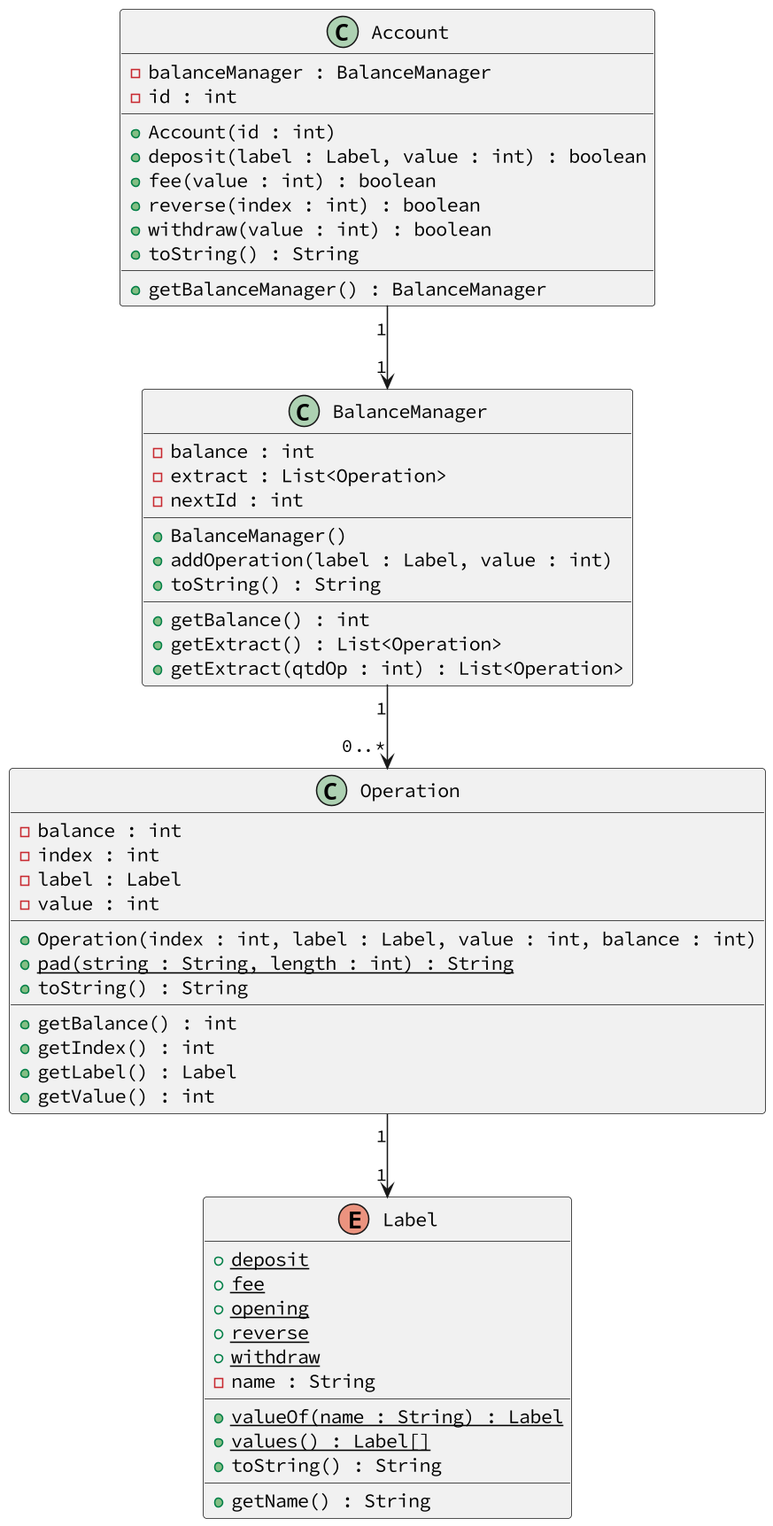
Before: base/007/diagrama.png, a diagram exported from PlantUML (qxcodepoo/arcade).
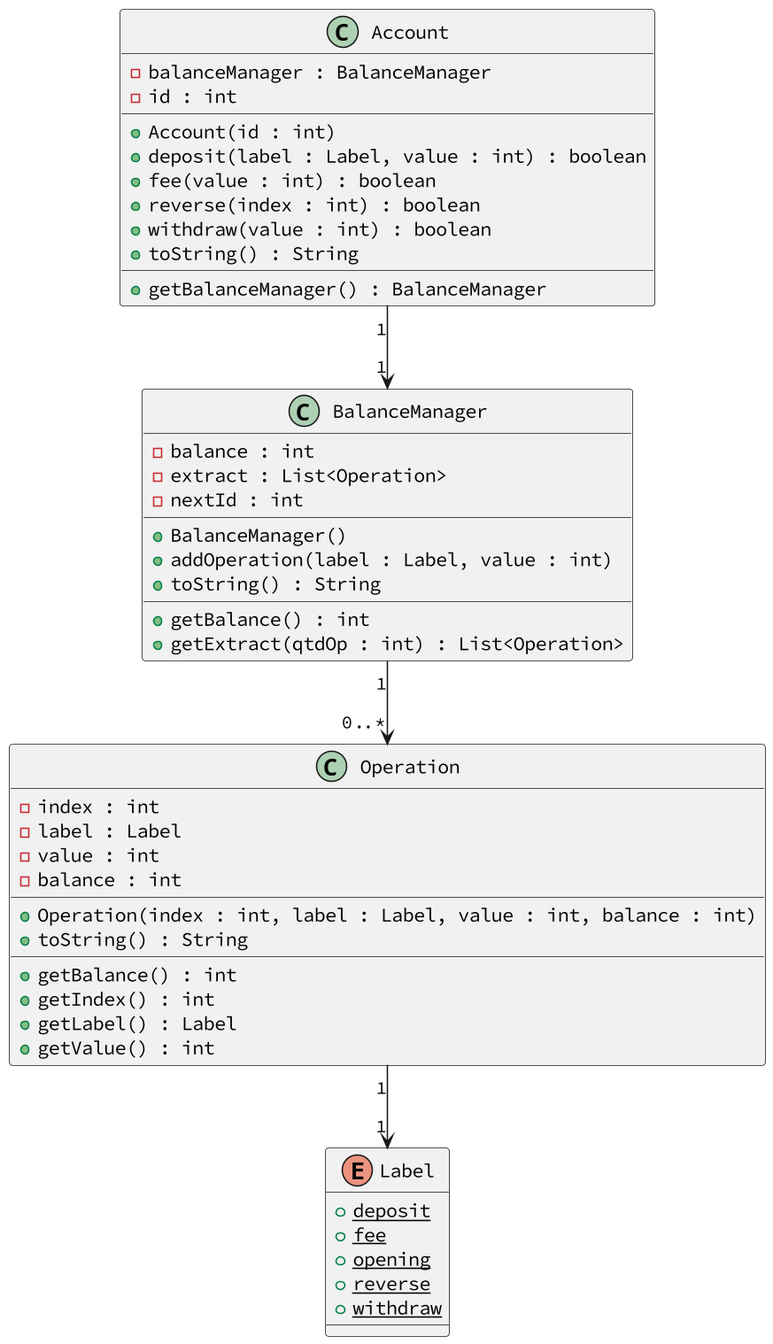
Above is the later version.

The edit, as a diff of the source:
```diff
@@ -24,7 +24,6 @@
   + toString() : String
   __
   + getBalance() : int
-  + getExtract() : List<Operation>
   + getExtract(qtdOp : int) : List<Operation>
 }
 enum Label {
@@ -33,22 +32,14 @@
   + opening {static}
   + reverse {static}
   + withdraw {static}
-  - name : String
-  __
-  + valueOf(name : String) : Label {static}
-  + values() : Label[] {static}
-  + toString() : String
-  __
-  + getName() : String
 }
 class Operation {
-  - balance : int
   - index : int
   - label : Label
   - value : int
+  - balance : int
   __
   + Operation(index : int, label : Label, value : int, balance : int)
-  + pad(string : String, length : int) : String {static}
   + toString() : String
   __
   + getBalance() : int
```
